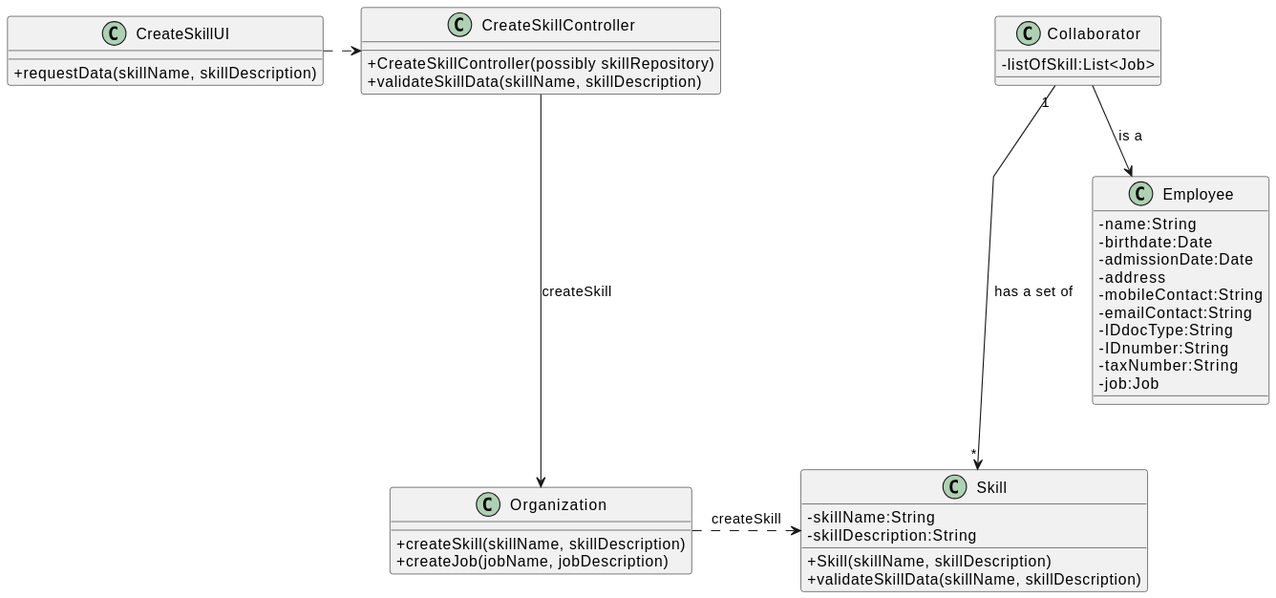
Paulo-Pereira-at-ISEP/lei-24-s2-1nanb-g321 keeps this PlantUML diagram as docs/sprintB/us01/03.design/svg/us01-class-diagram.svg. Above is the earlier version.
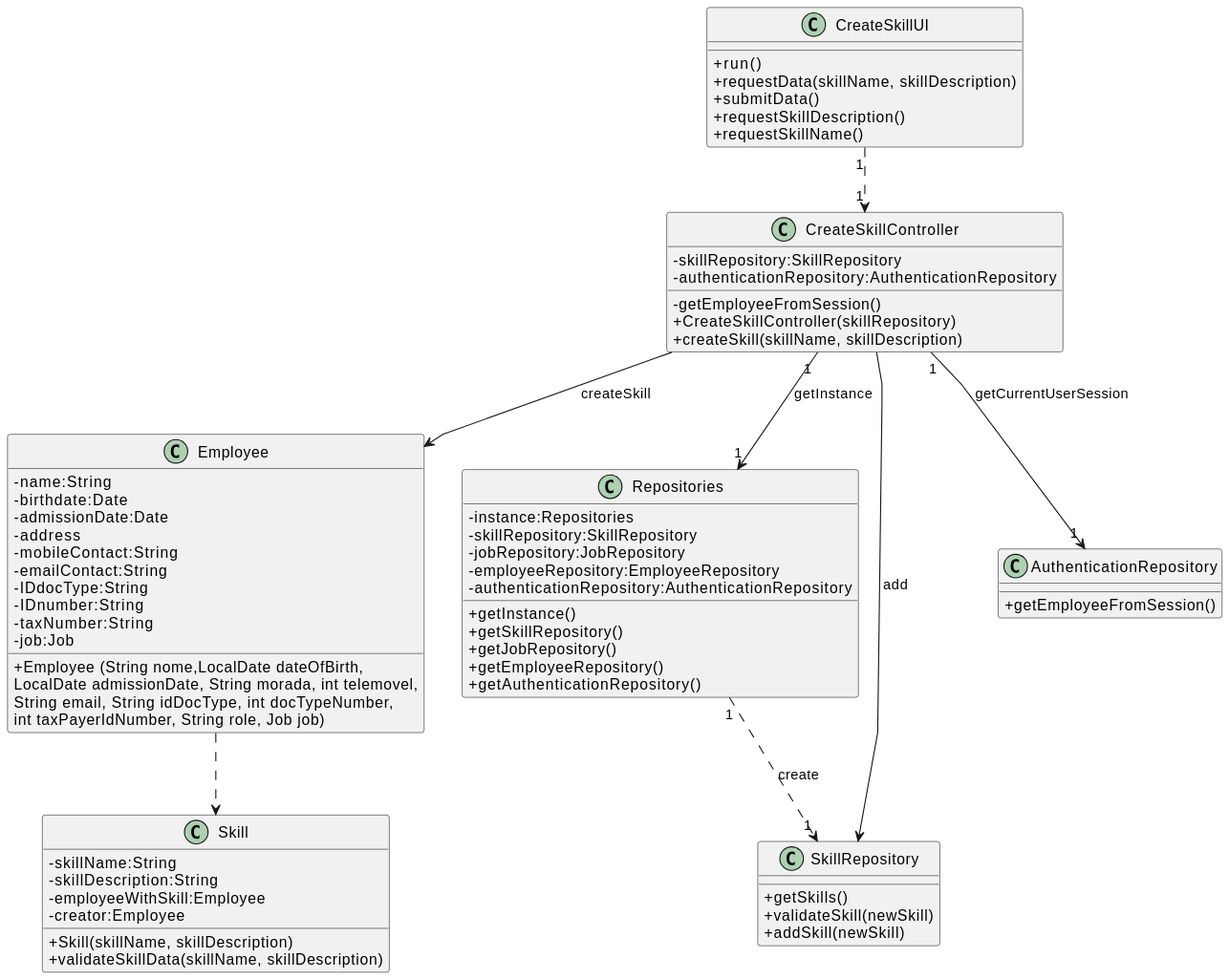
Above is the later version.

Commit message:
LGGPM-116 - US01 - Design - Class diagram update

Diff of the diagram source:
```diff
@@ -7,14 +7,23 @@
 
 
 class CreateSkillController {
-    + CreateSkillController(possibly skillRepository)
-    + validateSkillData(skillName, skillDescription)
+    -skillRepository:SkillRepository
+    -authenticationRepository:AuthenticationRepository
+
+
+    -getEmployeeFromSession()
+    + CreateSkillController(skillRepository)
+    + createSkill(skillName, skillDescription)
 
 }
 
 
 class CreateSkillUI {
+    +run()
     +requestData(skillName, skillDescription)
+    +submitData()
+    +requestSkillDescription()
+    +requestSkillName()
 }
 
 
@@ -30,29 +39,54 @@
     -taxNumber:String
     -job:Job
 
+    +Employee (String nome,LocalDate dateOfBirth,\nLocalDate admissionDate, String morada, int telemovel,\nString email, String idDocType, int docTypeNumber,\nint taxPayerIdNumber, String role, Job job)
 }
 
-class Collaborator {
-    -listOfSkill:List<Job>
+class Repositories{
+    - instance:Repositories
+    - skillRepository:SkillRepository
+    - jobRepository:JobRepository
+    - employeeRepository:EmployeeRepository
+    -authenticationRepository:AuthenticationRepository
+
+
+    + getInstance()
+    + getSkillRepository()
+    + getJobRepository()
+    + getEmployeeRepository()
+    + getAuthenticationRepository()
 }
 
-class Organization {
-    +createSkill(skillName, skillDescription)
-    +createJob(jobName, jobDescription)
+class SkillRepository{
+    + getSkills()
+    + validateSkill(newSkill)
+    + addSkill(newSkill)
 }
 
+class AuthenticationRepository{
+    + getEmployeeFromSession()
+}
 
 class Skill {
     -skillName:String
     -skillDescription:String
+    -employeeWithSkill:Employee
+    -creator:Employee
 
     +Skill(skillName, skillDescription)
     +validateSkillData(skillName, skillDescription)
 }
 
-CreateSkillUI .> CreateSkillController
-Collaborator "1" ---> "*" Skill : has a set of
-CreateSkillController --->  Organization : createSkill
-Organization .> Skill : createSkill
-Collaborator --> Employee : is a
+CreateSkillUI "1" ..> "1" CreateSkillController
+
+CreateSkillController "1" --> "1" Repositories : getInstance
+
+Repositories "1" ..> "1" SkillRepository : create
+
+CreateSkillController --> Employee : createSkill
+CreateSkillController "1" --> "1" AuthenticationRepository : getCurrentUserSession
+
+Employee ..>Skill
+
+CreateSkillController --> SkillRepository: add
 @enduml
```
